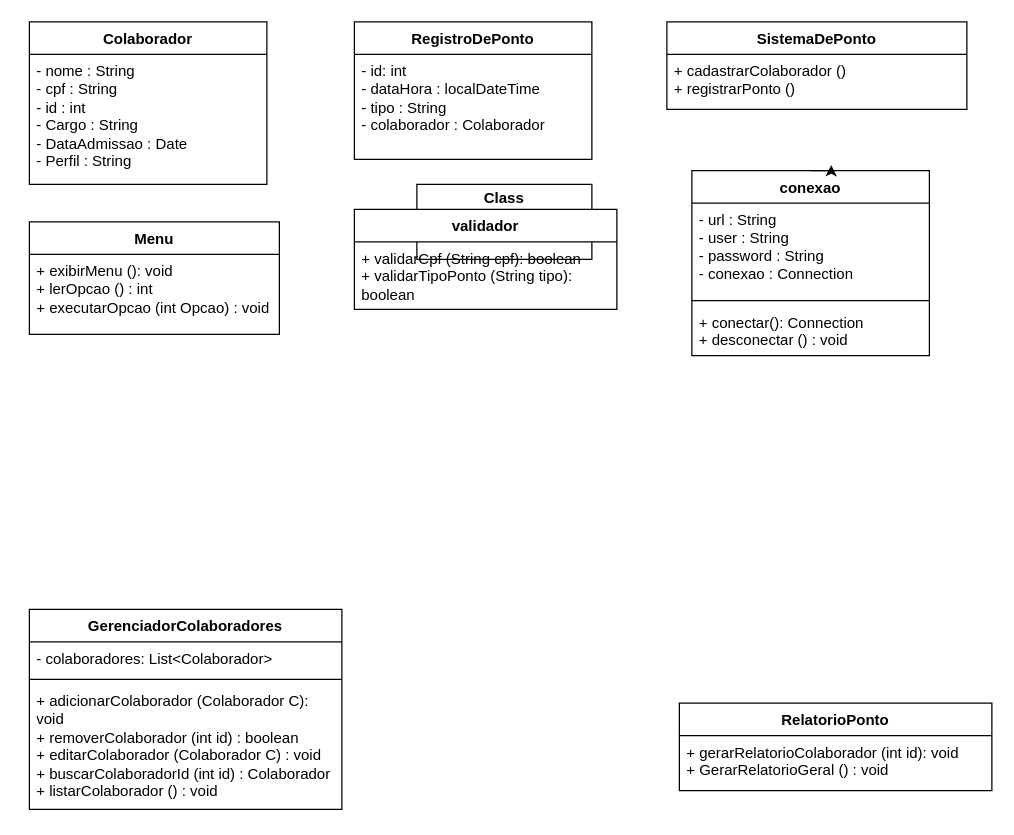
Above: Diagrama sem nome.drawio in MariaLuizaNovasky/ControleDePonto (draw.io), before the change. Source tidied: cells renumbered, new cells numbered last; positions are measured from the earlier drawing's top-left corner, leaving out a move shared by most shapes. Both pictures are drawn from the tidied source at 125%, with x=0, y=0 at pixel (29, 21).
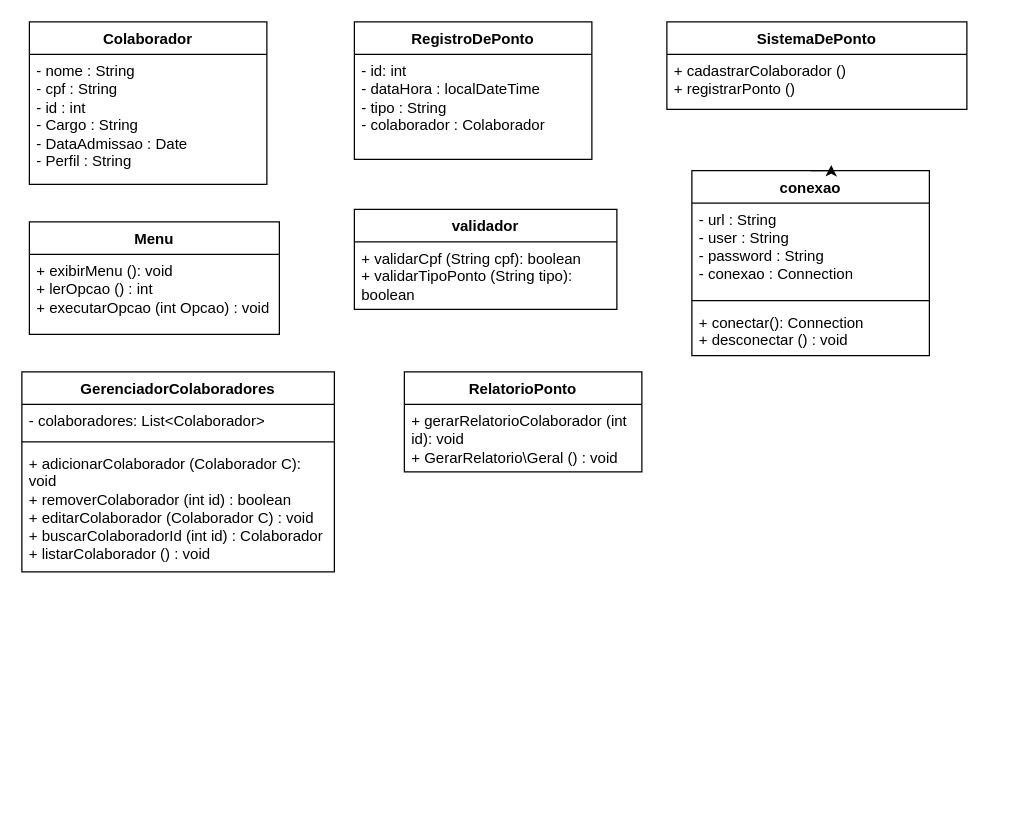
The same diagram, later.

Change to the diagram source:
```diff
@@
-    <mxCell id="4" value="&lt;p style=&quot;margin:0px;margin-top:4px;text-align:center;&quot;&gt;&lt;b&gt;Class&lt;/b&gt;&lt;/p&gt;&lt;hr size=&quot;1&quot; style=&quot;border-style:solid;&quot;/&gt;&lt;div style=&quot;height:2px;&quot;&gt;&lt;/div&gt;&lt;hr size=&quot;1&quot; style=&quot;border-style:solid;&quot;/&gt;&lt;div style=&quot;height:2px;&quot;&gt;&lt;/div&gt;" style="verticalAlign=top;align=left;overflow=fill;html=1;whiteSpace=wrap;" parent="1" vertex="1">
-      <mxGeometry x="310" y="130" width="140" height="60" as="geometry" />
-    </mxCell>
@@
     <mxCell id="14" value="RelatorioPonto" style="swimlane;fontStyle=1;align=center;verticalAlign=top;horizontal=1;startSize=26;whiteSpace=wrap;html=1;" parent="1" vertex="1">
-      <mxGeometry x="520" y="545" width="250" height="70" as="geometry" />
+      <mxGeometry x="300" y="280" width="190" height="80" as="geometry" />
     </mxCell>
-    <mxCell id="15" value="+ gerarRelatorioColaborador (int id): void&lt;div&gt;+ GerarRelatorioGeral () : void&lt;/div&gt;" style="text;strokeColor=none;fillColor=none;align=left;verticalAlign=top;spacingLeft=4;spacingRight=4;overflow=hidden;whiteSpace=wrap;html=1;" parent="14" vertex="1">
-      <mxGeometry y="26" width="250" height="44" as="geometry" />
+    <mxCell id="15" value="+ gerarRelatorioColaborador (int id): void&lt;div&gt;+ GerarRelatorio\Geral () : void&lt;/div&gt;" style="text;strokeColor=none;fillColor=none;align=left;verticalAlign=top;spacingLeft=4;spacingRight=4;overflow=hidden;whiteSpace=wrap;html=1;" parent="14" vertex="1">
+      <mxGeometry y="26" width="190" height="54" as="geometry" />
     </mxCell>
@@
     <mxCell id="20" value="GerenciadorColaboradores" style="swimlane;fontStyle=1;align=center;verticalAlign=top;horizontal=1;startSize=26;whiteSpace=wrap;html=1;" parent="1" vertex="1">
-      <mxGeometry y="470" width="250" height="160" as="geometry" />
+      <mxGeometry x="-6" y="280" width="250" height="160" as="geometry" />
     </mxCell>
```
